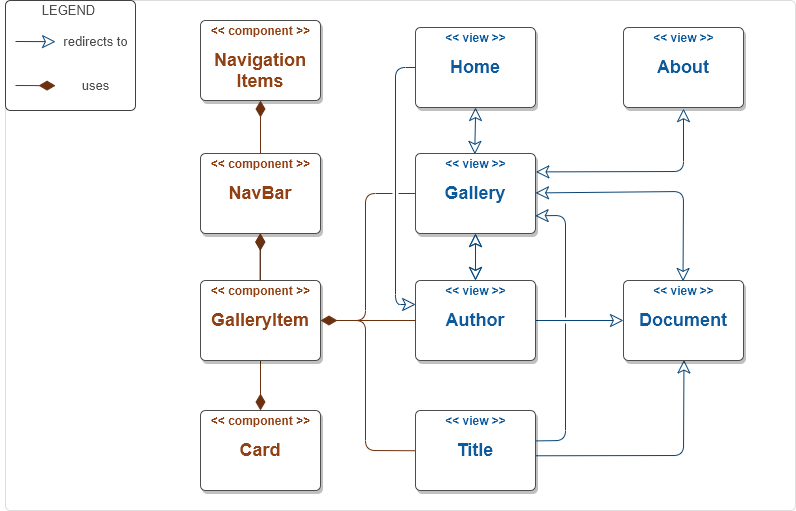
Earlier version of the draw.io export distinctio.png (jadefr/ontology-testing). Source tidied: cells renumbered, new cells last; positions are measured from the earlier drawing's top-left corner, leaving out a move shared by most shapes.
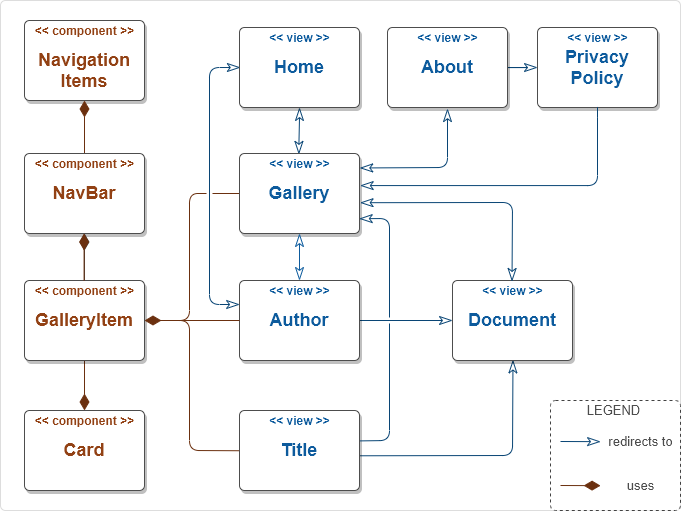
After the commit.

What changed in the source:
```diff
@@ -3,12 +3,12 @@
     <mxCell id="0" />
     <mxCell id="1" parent="0" />
     <mxCell id="2" style="html=1;shadow=0;dashed=0;shape=mxgraph.bootstrap.rrect;rSize=5;strokeColor=#dddddd;align=center;fontSize=12;whiteSpace=wrap;strokeWidth=1;" parent="1" vertex="1">
-      <mxGeometry width="790" height="510" as="geometry" />
+      <mxGeometry x="171" width="680" height="510" as="geometry" />
     </mxCell>
-    <mxCell id="3" style="edgeStyle=orthogonalEdgeStyle;rounded=1;jumpStyle=gap;jettySize=auto;html=1;endArrow=classic;endFill=0;endSize=11;strokeColor=#094575;startArrow=classic;startFill=0;startSize=11;entryX=0.495;entryY=0.011;entryDx=0;entryDy=0;entryPerimeter=0;shadow=0;" parent="1" edge="1" source="5" target="8">
+    <mxCell id="3" style="edgeStyle=orthogonalEdgeStyle;rounded=1;jumpStyle=gap;jettySize=auto;html=1;endArrow=classicThin;endFill=0;endSize=11;strokeColor=#094575;startArrow=classicThin;startFill=0;startSize=11;entryX=0.495;entryY=0.011;entryDx=0;entryDy=0;entryPerimeter=0;shadow=0;" parent="1" edge="1" source="5" target="8">
       <mxGeometry relative="1" as="geometry" />
     </mxCell>
-    <mxCell id="4" style="rounded=1;jumpStyle=gap;jettySize=auto;html=1;entryX=0.001;entryY=0.3;entryDx=0;entryDy=0;entryPerimeter=0;shadow=0;startArrow=none;startFill=0;startSize=11;endArrow=classic;endFill=0;endSize=11;strokeColor=#094575;fontColor=#0D5B9D;exitX=0.007;exitY=0.5;exitDx=0;exitDy=0;exitPerimeter=0;edgeStyle=orthogonalEdgeStyle;" parent="1" edge="1" source="5" target="15">
+    <mxCell id="4" style="rounded=1;jumpStyle=gap;jettySize=auto;html=1;entryX=0.001;entryY=0.3;entryDx=0;entryDy=0;entryPerimeter=0;shadow=0;startArrow=classicThin;startFill=0;startSize=11;endArrow=classicThin;endFill=0;endSize=11;strokeColor=#094575;fontColor=#0D5B9D;exitX=0.007;exitY=0.5;exitDx=0;exitDy=0;exitPerimeter=0;edgeStyle=orthogonalEdgeStyle;" parent="1" edge="1" source="5" target="15">
       <mxGeometry relative="1" as="geometry" />
     </mxCell>
     <mxCell id="5" value="&lt;font style=&quot;font-size: 18px&quot; color=&quot;#0d5b9d&quot;&gt;&lt;b&gt;Home&lt;/b&gt;&lt;/font&gt;" style="html=1;shadow=1;dashed=0;shape=mxgraph.bootstrap.rrect;rSize=5;strokeColor=#4D4D4D;align=center;fontSize=12;whiteSpace=wrap;strokeWidth=1;" parent="1" vertex="1">
@@ -44,7 +44,7 @@
     <mxCell id="13" value="&lt;font style=&quot;font-size: 12px&quot; color=&quot;#924114&quot;&gt;&lt;b style=&quot;font-size: 12px&quot;&gt;&amp;lt;&amp;lt; component &amp;gt;&amp;gt;&lt;/b&gt;&lt;/font&gt;" style="text;html=1;align=center;verticalAlign=middle;fillColor=none;strokeColor=none;rounded=0;fontSize=12;strokeWidth=2;fontColor=#4D4D4D;shadow=0;" parent="1" vertex="1">
       <mxGeometry x="200" y="20" width="110" height="20" as="geometry" />
     </mxCell>
-    <mxCell id="14" style="edgeStyle=none;rounded=0;jettySize=auto;html=1;shadow=0;strokeColor=#094575;fontColor=#0D5B9D;startArrow=none;startFill=0;endArrow=classic;endFill=0;endSize=11;startSize=11;" parent="1" edge="1" source="15" target="21">
+    <mxCell id="14" style="edgeStyle=none;rounded=0;jettySize=auto;html=1;shadow=0;strokeColor=#094575;fontColor=#0D5B9D;startArrow=none;startFill=0;endArrow=classicThin;endFill=0;endSize=11;startSize=11;" parent="1" edge="1" source="15" target="21">
       <mxGeometry relative="1" as="geometry" />
     </mxCell>
     <mxCell id="15" value="&lt;font style=&quot;font-size: 18px&quot; color=&quot;#0d5b9d&quot;&gt;&lt;b&gt;Author&lt;/b&gt;&lt;/font&gt;" style="html=1;shadow=1;dashed=0;shape=mxgraph.bootstrap.rrect;rSize=5;strokeColor=#4D4D4D;align=center;fontSize=12;whiteSpace=wrap;strokeWidth=1;fontColor=#4D4D4D;" parent="1" vertex="1">
@@ -53,10 +53,10 @@
     <mxCell id="16" value="&lt;font style=&quot;font-size: 12px&quot;&gt;&lt;b style=&quot;font-size: 12px&quot;&gt;&amp;lt;&amp;lt; view &amp;gt;&amp;gt;&lt;/b&gt;&lt;/font&gt;" style="text;html=1;align=center;verticalAlign=middle;points=[];fillColor=none;strokeColor=none;rounded=0;fontSize=12;strokeWidth=2;fontColor=#0D5B9D;shadow=0;" parent="1" vertex="1">
       <mxGeometry x="430" y="280" width="80" height="20" as="geometry" />
     </mxCell>
-    <mxCell id="17" style="edgeStyle=none;rounded=1;jettySize=auto;html=1;entryX=0.504;entryY=0.993;entryDx=0;entryDy=0;entryPerimeter=0;shadow=0;startArrow=none;startFill=0;startSize=11;endArrow=classic;endFill=0;endSize=11;strokeColor=#094575;fontColor=#0D5B9D;exitX=0.999;exitY=0.566;exitDx=0;exitDy=0;exitPerimeter=0;" parent="1" edge="1" source="19" target="21">
+    <mxCell id="17" style="edgeStyle=none;rounded=1;jettySize=auto;html=1;entryX=0.504;entryY=0.993;entryDx=0;entryDy=0;entryPerimeter=0;shadow=0;startArrow=none;startFill=0;startSize=11;endArrow=classicThin;endFill=0;endSize=11;strokeColor=#094575;fontColor=#0D5B9D;exitX=0.999;exitY=0.566;exitDx=0;exitDy=0;exitPerimeter=0;" parent="1" edge="1" source="19" target="21">
       <mxGeometry relative="1" as="geometry">
         <Array as="points">
-          <mxPoint x="678" y="455" />
+          <mxPoint x="683" y="455" />
         </Array>
       </mxGeometry>
     </mxCell>
@@ -76,16 +76,19 @@
       <mxGeometry x="430" y="410" width="80" height="20" as="geometry" />
     </mxCell>
     <mxCell id="21" value="&lt;font style=&quot;font-size: 18px&quot; color=&quot;#0d5b9d&quot;&gt;&lt;b&gt;Document&lt;/b&gt;&lt;/font&gt;" style="html=1;shadow=1;dashed=0;shape=mxgraph.bootstrap.rrect;rSize=5;strokeColor=#4D4D4D;align=center;fontSize=12;whiteSpace=wrap;strokeWidth=1;fontColor=#4D4D4D;" parent="1" vertex="1">
-      <mxGeometry x="618" y="280" width="120" height="80" as="geometry" />
+      <mxGeometry x="623" y="280" width="120" height="80" as="geometry" />
     </mxCell>
     <mxCell id="22" value="&lt;font style=&quot;font-size: 12px&quot;&gt;&lt;b style=&quot;font-size: 12px&quot;&gt;&amp;lt;&amp;lt; view &amp;gt;&amp;gt;&lt;/b&gt;&lt;/font&gt;" style="text;html=1;align=center;verticalAlign=middle;points=[];fillColor=none;strokeColor=none;rounded=0;fontSize=12;strokeWidth=2;fontColor=#0D5B9D;shadow=0;" parent="1" vertex="1">
-      <mxGeometry x="638" y="280" width="80" height="20" as="geometry" />
+      <mxGeometry x="643" y="280" width="80" height="20" as="geometry" />
     </mxCell>
+    <mxCell id="45" style="edgeStyle=orthogonalEdgeStyle;rounded=0;jettySize=auto;html=1;strokeColor=#094575;endSize=11;endArrow=classicThin;endFill=0;startArrow=none;startFill=0;startSize=11;" parent="1" edge="1" source="23" target="46">
+      <mxGeometry relative="1" as="geometry" />
+    </mxCell>
     <mxCell id="23" value="&lt;font style=&quot;font-size: 18px&quot; color=&quot;#0d5b9d&quot;&gt;&lt;b&gt;About&lt;/b&gt;&lt;/font&gt;" style="html=1;shadow=1;dashed=0;shape=mxgraph.bootstrap.rrect;rSize=5;strokeColor=#4D4D4D;align=center;fontSize=12;whiteSpace=wrap;strokeWidth=1;fontColor=#4D4D4D;" parent="1" vertex="1">
-      <mxGeometry x="618" y="27" width="120" height="80" as="geometry" />
+      <mxGeometry x="558" y="27" width="120" height="80" as="geometry" />
     </mxCell>
     <mxCell id="24" value="&lt;font style=&quot;font-size: 12px&quot;&gt;&lt;b style=&quot;font-size: 12px&quot;&gt;&amp;lt;&amp;lt; view &amp;gt;&amp;gt;&lt;/b&gt;&lt;/font&gt;" style="text;html=1;align=center;verticalAlign=middle;fillColor=none;strokeColor=none;rounded=0;fontSize=12;strokeWidth=2;fontColor=#0D5B9D;shadow=0;" parent="1" vertex="1">
-      <mxGeometry x="638" y="27" width="80" height="20" as="geometry" />
+      <mxGeometry x="578" y="27" width="80" height="20" as="geometry" />
     </mxCell>
     <mxCell id="25" style="edgeStyle=none;rounded=1;jumpStyle=gap;jettySize=auto;html=1;shadow=0;startArrow=none;startFill=0;startSize=11;endArrow=diamondThin;endFill=1;endSize=14;strokeColor=#6B300F;fontColor=#0D5B9D;" parent="1" edge="1" source="26" target="10">
       <mxGeometry relative="1" as="geometry" />
@@ -108,32 +111,9 @@
     <mxCell id="31" value="&lt;font style=&quot;font-size: 12px&quot; color=&quot;#924114&quot;&gt;&lt;b style=&quot;font-size: 12px&quot;&gt;&amp;lt;&amp;lt; component &amp;gt;&amp;gt;&lt;/b&gt;&lt;/font&gt;" style="text;html=1;align=center;verticalAlign=middle;fillColor=none;strokeColor=none;rounded=0;fontSize=12;strokeWidth=2;fontColor=#4D4D4D;shadow=0;" parent="1" vertex="1">
       <mxGeometry x="200" y="153" width="110" height="20" as="geometry" />
     </mxCell>
-    <mxCell id="32" style="rounded=1;jumpStyle=gap;jettySize=auto;html=1;endArrow=classic;endFill=0;endSize=11;strokeColor=#094575;startArrow=classic;startFill=0;startSize=11;shadow=0;entryX=1.003;entryY=0.23;entryDx=0;entryDy=0;entryPerimeter=0;exitX=0.5;exitY=1.014;exitDx=0;exitDy=0;exitPerimeter=0;" parent="1" edge="1" source="23" target="8">
-      <mxGeometry relative="1" as="geometry">
-        <Array as="points">
-          <mxPoint x="678" y="171" />
-        </Array>
-      </mxGeometry>
-    </mxCell>
-    <mxCell id="33" style="rounded=1;jumpStyle=gap;jettySize=auto;html=1;endArrow=classic;endFill=0;endSize=11;strokeColor=#094575;startArrow=classic;startFill=0;startSize=11;shadow=0;exitX=0.494;exitY=0.048;exitDx=0;exitDy=0;exitPerimeter=0;" parent="1" edge="1" source="22" target="8">
-      <mxGeometry relative="1" as="geometry">
-        <Array as="points">
-          <mxPoint x="678" y="191" />
-        </Array>
-      </mxGeometry>
-    </mxCell>
-    <mxCell id="34" style="rounded=1;jumpStyle=gap;jettySize=auto;html=1;endArrow=classic;endFill=0;endSize=11;strokeColor=#0D5B9D;startArrow=classic;startFill=0;startSize=11;shadow=0;" parent="1" edge="1" source="8" target="16">
+    <mxCell id="34" style="rounded=1;jumpStyle=gap;jettySize=auto;html=1;endArrow=classicThin;endFill=0;endSize=11;strokeColor=#0D5B9D;startArrow=classicThin;startFill=0;startSize=11;shadow=0;" parent="1" edge="1" source="8" target="16">
       <mxGeometry relative="1" as="geometry" />
     </mxCell>
-    <mxCell id="35" style="edgeStyle=none;rounded=1;jettySize=auto;html=1;entryX=0.997;entryY=0.778;entryDx=0;entryDy=0;entryPerimeter=0;shadow=0;startArrow=none;startFill=0;startSize=11;endArrow=classic;endFill=0;endSize=11;strokeColor=#094575;fontColor=#0D5B9D;exitX=1.004;exitY=0.38;exitDx=0;exitDy=0;exitPerimeter=0;jumpStyle=gap;" parent="1" edge="1" source="19" target="8">
-      <mxGeometry relative="1" as="geometry">
-        <Array as="points">
-          <mxPoint x="560" y="440" />
-          <mxPoint x="560" y="320" />
-          <mxPoint x="560" y="215" />
-        </Array>
-      </mxGeometry>
-    </mxCell>
     <mxCell id="36" style="edgeStyle=none;rounded=1;jumpStyle=gap;jettySize=auto;html=1;shadow=0;startArrow=none;startFill=0;startSize=11;endArrow=diamondThin;endFill=1;endSize=14;strokeColor=#6B300F;fontColor=#0D5B9D;" parent="1" edge="1" source="15" target="26">
       <mxGeometry relative="1" as="geometry" />
     </mxCell>
@@ -143,35 +123,65 @@
         <mxPoint x="254.6" y="233" as="targetPoint" />
       </mxGeometry>
     </mxCell>
-    <mxCell id="38" style="rounded=1;jumpStyle=gap;orthogonalLoop=1;jettySize=auto;html=1;endArrow=classic;endFill=0;endSize=11;strokeColor=#094575;startArrow=classic;startFill=0;startSize=11;shadow=0;" parent="1" edge="1">
-      <mxGeometry relative="1" as="geometry">
-        <mxPoint x="470" y="233" as="sourcePoint" />
-        <mxPoint x="470" y="280" as="targetPoint" />
-      </mxGeometry>
-    </mxCell>
-    <mxCell id="39" style="html=1;shadow=0;dashed=0;shape=mxgraph.bootstrap.rrect;rSize=5;strokeColor=#424242;align=center;fontSize=12;whiteSpace=wrap;strokeWidth=1;" parent="1" vertex="1">
-      <mxGeometry width="130" height="110" as="geometry" />
+    <mxCell id="39" style="html=1;shadow=0;dashed=1;shape=mxgraph.bootstrap.rrect;rSize=5;strokeColor=#424242;align=center;fontSize=12;whiteSpace=wrap;strokeWidth=1;" parent="1" vertex="1">
+      <mxGeometry x="721" y="400" width="130" height="110" as="geometry" />
     </mxCell>
-    <mxCell id="40" style="rounded=1;orthogonalLoop=1;jettySize=auto;html=1;strokeColor=#094575;strokeWidth=1;endArrow=classic;endFill=0;entryX=0.489;entryY=0.012;entryDx=0;entryDy=0;entryPerimeter=0;endSize=11;" parent="1" edge="1">
+    <mxCell id="40" style="rounded=1;orthogonalLoop=1;jettySize=auto;html=1;strokeColor=#094575;strokeWidth=1;endArrow=classicThin;endFill=0;entryX=0.489;entryY=0.012;entryDx=0;entryDy=0;entryPerimeter=0;endSize=11;" parent="1" edge="1">
       <mxGeometry relative="1" as="geometry">
-        <mxPoint x="10" y="41" as="sourcePoint" />
-        <mxPoint x="50.1" y="41.2" as="targetPoint" />
+        <mxPoint x="731" y="441" as="sourcePoint" />
+        <mxPoint x="771.1" y="441.2" as="targetPoint" />
       </mxGeometry>
     </mxCell>
     <mxCell id="41" value="redirects to" style="text;html=1;align=center;verticalAlign=middle;fontColor=#4D4D4D;fontSize=13;" parent="1" vertex="1">
-      <mxGeometry x="50" y="31" width="80" height="20" as="geometry" />
+      <mxGeometry x="771" y="431" width="80" height="20" as="geometry" />
     </mxCell>
     <mxCell id="42" style="rounded=1;orthogonalLoop=1;jettySize=auto;html=1;strokeColor=#6B300F;strokeWidth=1;endArrow=diamondThin;endFill=1;entryX=0.489;entryY=0.012;entryDx=0;entryDy=0;entryPerimeter=0;endSize=14;" parent="1" edge="1">
       <mxGeometry relative="1" as="geometry">
-        <mxPoint x="10" y="85" as="sourcePoint" />
-        <mxPoint x="50.1" y="85.2" as="targetPoint" />
+        <mxPoint x="731" y="485" as="sourcePoint" />
+        <mxPoint x="771.1" y="485.2" as="targetPoint" />
       </mxGeometry>
     </mxCell>
     <mxCell id="43" value="uses" style="text;html=1;align=center;verticalAlign=middle;fontColor=#4D4D4D;fontSize=13;" parent="1" vertex="1">
-      <mxGeometry x="70" y="75" width="40" height="20" as="geometry" />
+      <mxGeometry x="791" y="475" width="40" height="20" as="geometry" />
     </mxCell>
     <mxCell id="44" value="LEGEND" style="text;html=1;align=center;verticalAlign=middle;fontColor=#4D4D4D;fontSize=13;" parent="1" vertex="1">
-      <mxGeometry x="28" width="70" height="20" as="geometry" />
+      <mxGeometry x="749" y="400" width="70" height="20" as="geometry" />
     </mxCell>
+    <mxCell id="46" value="&lt;font style=&quot;font-size: 18px&quot; color=&quot;#0d5b9d&quot;&gt;&lt;b&gt;Privacy&lt;br&gt;Policy&lt;br&gt;&lt;/b&gt;&lt;/font&gt;" style="html=1;shadow=1;dashed=0;shape=mxgraph.bootstrap.rrect;rSize=5;strokeColor=#4D4D4D;align=center;fontSize=12;whiteSpace=wrap;strokeWidth=1;fontColor=#4D4D4D;" parent="1" vertex="1">
+      <mxGeometry x="708" y="27" width="120" height="80" as="geometry" />
+    </mxCell>
+    <mxCell id="47" value="&lt;font style=&quot;font-size: 12px&quot;&gt;&lt;b style=&quot;font-size: 12px&quot;&gt;&amp;lt;&amp;lt; view &amp;gt;&amp;gt;&lt;/b&gt;&lt;/font&gt;" style="text;html=1;align=center;verticalAlign=middle;fillColor=none;strokeColor=none;rounded=0;fontSize=12;strokeWidth=2;fontColor=#0D5B9D;shadow=0;" parent="1" vertex="1">
+      <mxGeometry x="728" y="27" width="80" height="20" as="geometry" />
+    </mxCell>
+    <mxCell id="33" style="rounded=1;jumpStyle=gap;jettySize=auto;html=1;endArrow=classicThin;endFill=0;endSize=11;strokeColor=#094575;startArrow=classicThin;startFill=0;startSize=11;shadow=0;exitX=0.494;exitY=0.048;exitDx=0;exitDy=0;exitPerimeter=0;entryX=1.005;entryY=0.615;entryDx=0;entryDy=0;entryPerimeter=0;" parent="1" edge="1" source="22" target="8">
+      <mxGeometry relative="1" as="geometry">
+        <Array as="points">
+          <mxPoint x="683" y="202" />
+        </Array>
+      </mxGeometry>
+    </mxCell>
+    <mxCell id="35" style="edgeStyle=none;rounded=1;jettySize=auto;html=1;entryX=0.998;entryY=0.815;entryDx=0;entryDy=0;entryPerimeter=0;shadow=0;startArrow=none;startFill=0;startSize=11;endArrow=classicThin;endFill=0;endSize=11;strokeColor=#094575;fontColor=#0D5B9D;exitX=1.004;exitY=0.38;exitDx=0;exitDy=0;exitPerimeter=0;jumpStyle=gap;" parent="1" edge="1" source="19" target="8">
+      <mxGeometry relative="1" as="geometry">
+        <Array as="points">
+          <mxPoint x="560" y="440" />
+          <mxPoint x="560" y="320" />
+          <mxPoint x="560" y="218" />
+        </Array>
+      </mxGeometry>
+    </mxCell>
+    <mxCell id="48" style="rounded=1;jettySize=auto;html=1;entryX=1.006;entryY=0.401;entryDx=0;entryDy=0;entryPerimeter=0;endArrow=classicThin;endFill=0;endSize=11;strokeColor=#094575;exitX=0.501;exitY=0.996;exitDx=0;exitDy=0;exitPerimeter=0;edgeStyle=elbowEdgeStyle;" parent="1" edge="1" source="46" target="8">
+      <mxGeometry relative="1" as="geometry">
+        <Array as="points">
+          <mxPoint x="768" y="150" />
+        </Array>
+      </mxGeometry>
+    </mxCell>
+    <mxCell id="32" style="rounded=1;jumpStyle=gap;jettySize=auto;html=1;endArrow=classicThin;endFill=0;endSize=11;strokeColor=#094575;startArrow=classicThin;startFill=0;startSize=11;shadow=0;entryX=1.002;entryY=0.181;entryDx=0;entryDy=0;entryPerimeter=0;exitX=0.5;exitY=1.014;exitDx=0;exitDy=0;exitPerimeter=0;" parent="1" edge="1" source="23" target="8">
+      <mxGeometry relative="1" as="geometry">
+        <Array as="points">
+          <mxPoint x="618" y="167" />
+        </Array>
+      </mxGeometry>
+    </mxCell>
   </root>
 </mxGraphModel>
```
